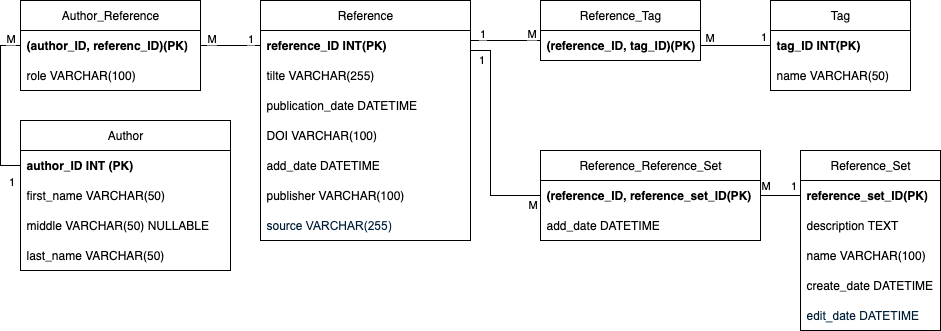
This is src/features/database/interfaces/software_engineer_db.png from IbukiiFPS/SEN-201_BibliographyManager, a draw.io export, as it was before one commit. Source tidied: cells renumbered, new cells last; positions are measured from the earlier drawing's top-left corner, leaving out a move shared by most shapes.
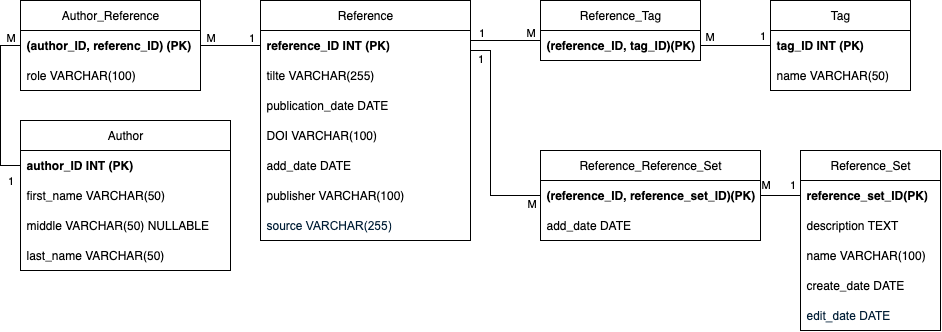
The same file after the commit.

Commit message:
start implemting datavase connector

Change to the diagram source:
```diff
@@ -5,19 +5,19 @@
     <mxCell id="2" value="Reference" style="swimlane;fontStyle=0;horizontal=1;startSize=30;whiteSpace=wrap;html=1;" parent="1" vertex="1">
       <mxGeometry x="240" width="210" height="240" as="geometry" />
     </mxCell>
-    <mxCell id="3" value="&lt;b&gt;&lt;span style=&quot;text-align: center;&quot;&gt;reference_&lt;/span&gt;ID INT(PK)&lt;/b&gt;" style="text;strokeColor=none;fillColor=none;align=left;verticalAlign=middle;spacingLeft=4;spacingRight=4;overflow=hidden;points=[[0,0.5],[1,0.5]];portConstraint=eastwest;whiteSpace=wrap;html=1;" parent="2" vertex="1">
+    <mxCell id="3" value="&lt;b&gt;&lt;span style=&quot;text-align: center;&quot;&gt;reference_&lt;/span&gt;ID INT (PK)&lt;/b&gt;" style="text;strokeColor=none;fillColor=none;align=left;verticalAlign=middle;spacingLeft=4;spacingRight=4;overflow=hidden;points=[[0,0.5],[1,0.5]];portConstraint=eastwest;whiteSpace=wrap;html=1;" parent="2" vertex="1">
       <mxGeometry y="30" width="210" height="30" as="geometry" />
     </mxCell>
     <mxCell id="4" value="&lt;div style=&quot;text-align: center;&quot;&gt;&lt;span style=&quot;color: light-dark(rgb(0, 0, 0), rgb(255, 255, 255)); background-color: transparent;&quot;&gt;tilte&amp;nbsp;&lt;/span&gt;&lt;span style=&quot;color: light-dark(rgb(0, 0, 0), rgb(255, 255, 255)); background-color: transparent; text-align: left;&quot;&gt;VARCHAR(&lt;/span&gt;&lt;span style=&quot;color: light-dark(rgb(0, 0, 0), rgb(255, 255, 255)); background-color: transparent; text-align: left;&quot; class=&quot;s1&quot;&gt;255&lt;/span&gt;&lt;span style=&quot;color: light-dark(rgb(0, 0, 0), rgb(255, 255, 255)); background-color: transparent; text-align: left;&quot;&gt;)&lt;/span&gt;&lt;/div&gt;" style="text;strokeColor=none;fillColor=none;align=left;verticalAlign=middle;spacingLeft=4;spacingRight=4;overflow=hidden;whiteSpace=wrap;html=1;" parent="2" vertex="1">
       <mxGeometry y="60" width="210" height="30" as="geometry" />
     </mxCell>
-    <mxCell id="5" value="publication_date DATETIME" style="text;strokeColor=none;fillColor=none;align=left;verticalAlign=middle;spacingLeft=4;spacingRight=4;overflow=hidden;whiteSpace=wrap;html=1;" parent="2" vertex="1">
+    <mxCell id="5" value="publication_date DATE" style="text;strokeColor=none;fillColor=none;align=left;verticalAlign=middle;spacingLeft=4;spacingRight=4;overflow=hidden;whiteSpace=wrap;html=1;" parent="2" vertex="1">
       <mxGeometry y="90" width="210" height="30" as="geometry" />
     </mxCell>
     <mxCell id="6" value="DOI VARCHAR(100)" style="text;strokeColor=none;fillColor=none;align=left;verticalAlign=middle;spacingLeft=4;spacingRight=4;overflow=hidden;whiteSpace=wrap;html=1;" parent="2" vertex="1">
       <mxGeometry y="120" width="210" height="30" as="geometry" />
     </mxCell>
-    <mxCell id="7" value="add_date DATETIME" style="text;strokeColor=none;fillColor=none;align=left;verticalAlign=middle;spacingLeft=4;spacingRight=4;overflow=hidden;whiteSpace=wrap;html=1;" parent="2" vertex="1">
+    <mxCell id="7" value="add_date DATE" style="text;strokeColor=none;fillColor=none;align=left;verticalAlign=middle;spacingLeft=4;spacingRight=4;overflow=hidden;whiteSpace=wrap;html=1;" parent="2" vertex="1">
       <mxGeometry y="150" width="210" height="30" as="geometry" />
     </mxCell>
     <mxCell id="8" value="publisher VARCHAR(100)" style="text;strokeColor=none;fillColor=none;align=left;verticalAlign=middle;spacingLeft=4;spacingRight=4;overflow=hidden;whiteSpace=wrap;html=1;" parent="2" vertex="1">
@@ -44,7 +44,7 @@
     <mxCell id="15" value="Tag" style="swimlane;fontStyle=0;horizontal=1;startSize=30;whiteSpace=wrap;html=1;" parent="1" vertex="1">
       <mxGeometry x="750" width="140" height="90" as="geometry" />
     </mxCell>
-    <mxCell id="16" value="&lt;b&gt;&lt;span style=&quot;text-align: center;&quot;&gt;tag_&lt;/span&gt;ID INT(PK)&lt;/b&gt;" style="text;strokeColor=none;fillColor=none;align=left;verticalAlign=middle;spacingLeft=4;spacingRight=4;overflow=hidden;points=[[0,0.5],[1,0.5]];portConstraint=eastwest;whiteSpace=wrap;html=1;" parent="15" vertex="1">
+    <mxCell id="16" value="&lt;b&gt;&lt;span style=&quot;text-align: center;&quot;&gt;tag_&lt;/span&gt;ID INT (PK)&lt;/b&gt;" style="text;strokeColor=none;fillColor=none;align=left;verticalAlign=middle;spacingLeft=4;spacingRight=4;overflow=hidden;points=[[0,0.5],[1,0.5]];portConstraint=eastwest;whiteSpace=wrap;html=1;" parent="15" vertex="1">
       <mxGeometry y="30" width="140" height="30" as="geometry" />
     </mxCell>
     <mxCell id="17" value="&lt;div style=&quot;text-align: center;&quot;&gt;&lt;span style=&quot;background-color: transparent; color: light-dark(rgb(0, 0, 0), rgb(255, 255, 255));&quot;&gt;name VARCHAR(50)&lt;/span&gt;&lt;/div&gt;" style="text;strokeColor=none;fillColor=none;align=left;verticalAlign=middle;spacingLeft=4;spacingRight=4;overflow=hidden;whiteSpace=wrap;html=1;" parent="15" vertex="1">
@@ -59,7 +59,7 @@
     <mxCell id="20" value="&lt;span style=&quot;text-align: left;&quot;&gt;Author_&lt;/span&gt;Reference" style="swimlane;fontStyle=0;horizontal=1;startSize=30;whiteSpace=wrap;html=1;" parent="1" vertex="1">
       <mxGeometry width="180" height="90" as="geometry" />
     </mxCell>
-    <mxCell id="21" value="&lt;b&gt;&lt;span style=&quot;text-align: center;&quot;&gt;(&lt;/span&gt;&lt;/b&gt;&lt;b style=&quot;color: light-dark(rgb(0, 0, 0), rgb(255, 255, 255)); text-align: center; background-color: transparent;&quot;&gt;author&lt;/b&gt;&lt;b&gt;&lt;span style=&quot;text-align: center;&quot;&gt;_&lt;/span&gt;ID, referenc&lt;/b&gt;&lt;b&gt;&lt;span style=&quot;text-align: center;&quot;&gt;_&lt;/span&gt;ID)(PK)&lt;/b&gt;" style="text;strokeColor=none;fillColor=none;align=left;verticalAlign=middle;spacingLeft=4;spacingRight=4;overflow=hidden;points=[[0,0.5],[1,0.5]];portConstraint=eastwest;whiteSpace=wrap;html=1;" parent="20" vertex="1">
+    <mxCell id="21" value="&lt;b&gt;&lt;span style=&quot;text-align: center;&quot;&gt;(&lt;/span&gt;&lt;/b&gt;&lt;b style=&quot;color: light-dark(rgb(0, 0, 0), rgb(255, 255, 255)); text-align: center; background-color: transparent;&quot;&gt;author&lt;/b&gt;&lt;b&gt;&lt;span style=&quot;text-align: center;&quot;&gt;_&lt;/span&gt;ID, referenc&lt;/b&gt;&lt;b&gt;&lt;span style=&quot;text-align: center;&quot;&gt;_&lt;/span&gt;ID) (PK)&lt;/b&gt;" style="text;strokeColor=none;fillColor=none;align=left;verticalAlign=middle;spacingLeft=4;spacingRight=4;overflow=hidden;points=[[0,0.5],[1,0.5]];portConstraint=eastwest;whiteSpace=wrap;html=1;" parent="20" vertex="1">
       <mxGeometry y="30" width="180" height="30" as="geometry" />
     </mxCell>
     <mxCell id="22" value="role VARCHAR(100)" style="text;strokeColor=none;fillColor=none;align=left;verticalAlign=middle;spacingLeft=4;spacingRight=4;overflow=hidden;whiteSpace=wrap;html=1;" parent="20" vertex="1">
@@ -77,19 +77,19 @@
     <mxCell id="26" value="&lt;div style=&quot;text-align: center;&quot;&gt;&lt;span style=&quot;background-color: transparent; color: light-dark(rgb(0, 0, 0), rgb(255, 255, 255));&quot;&gt;name VARCHAR(100)&lt;/span&gt;&lt;/div&gt;" style="text;strokeColor=none;fillColor=none;align=left;verticalAlign=middle;spacingLeft=4;spacingRight=4;overflow=hidden;whiteSpace=wrap;html=1;" parent="23" vertex="1">
       <mxGeometry y="90" width="140" height="30" as="geometry" />
     </mxCell>
-    <mxCell id="27" value="create_date DATETIME" style="text;strokeColor=none;fillColor=none;align=left;verticalAlign=middle;spacingLeft=4;spacingRight=4;overflow=hidden;whiteSpace=wrap;html=1;" parent="23" vertex="1">
+    <mxCell id="27" value="create_date DATE" style="text;strokeColor=none;fillColor=none;align=left;verticalAlign=middle;spacingLeft=4;spacingRight=4;overflow=hidden;whiteSpace=wrap;html=1;" parent="23" vertex="1">
       <mxGeometry y="120" width="140" height="30" as="geometry" />
     </mxCell>
-    <mxCell id="28" value="&lt;span style=&quot;color: rgb(0, 29, 53); font-family: &amp;quot;Google Sans&amp;quot;, Arial, sans-serif; background-color: rgb(255, 255, 255);&quot;&gt;&lt;font&gt;edit_date DATETIME&lt;/font&gt;&lt;/span&gt;" style="text;strokeColor=none;fillColor=none;align=left;verticalAlign=middle;spacingLeft=4;spacingRight=4;overflow=hidden;whiteSpace=wrap;html=1;" parent="23" vertex="1">
+    <mxCell id="28" value="&lt;span style=&quot;color: rgb(0, 29, 53); font-family: &amp;quot;Google Sans&amp;quot;, Arial, sans-serif; background-color: rgb(255, 255, 255);&quot;&gt;&lt;font&gt;edit_date DATE&lt;/font&gt;&lt;/span&gt;" style="text;strokeColor=none;fillColor=none;align=left;verticalAlign=middle;spacingLeft=4;spacingRight=4;overflow=hidden;whiteSpace=wrap;html=1;" parent="23" vertex="1">
       <mxGeometry y="150" width="140" height="30" as="geometry" />
     </mxCell>
     <mxCell id="29" value="Reference_Reference_Set" style="swimlane;fontStyle=0;horizontal=1;startSize=30;whiteSpace=wrap;html=1;" parent="1" vertex="1">
       <mxGeometry x="520" y="150" width="220" height="90" as="geometry" />
     </mxCell>
-    <mxCell id="30" value="&lt;b&gt;&lt;span style=&quot;text-align: center;&quot;&gt;(&lt;/span&gt;&lt;/b&gt;&lt;b&gt;&lt;span style=&quot;text-align: center;&quot;&gt;reference_ID,&amp;nbsp;&lt;/span&gt;&lt;/b&gt;&lt;b&gt;&lt;span style=&quot;text-align: center;&quot;&gt;reference_set_&lt;/span&gt;ID(PK)&lt;/b&gt;" style="text;strokeColor=none;fillColor=none;align=left;verticalAlign=middle;spacingLeft=4;spacingRight=4;overflow=hidden;points=[[0,0.5],[1,0.5]];portConstraint=eastwest;whiteSpace=wrap;html=1;" parent="29" vertex="1">
+    <mxCell id="30" value="&lt;b&gt;&lt;span style=&quot;text-align: center;&quot;&gt;(&lt;/span&gt;&lt;/b&gt;&lt;b&gt;&lt;span style=&quot;text-align: center;&quot;&gt;reference_ID,&amp;nbsp;&lt;/span&gt;&lt;/b&gt;&lt;b&gt;&lt;span style=&quot;text-align: center;&quot;&gt;reference_set_&lt;/span&gt;ID)(PK)&lt;/b&gt;" style="text;strokeColor=none;fillColor=none;align=left;verticalAlign=middle;spacingLeft=4;spacingRight=4;overflow=hidden;points=[[0,0.5],[1,0.5]];portConstraint=eastwest;whiteSpace=wrap;html=1;" parent="29" vertex="1">
       <mxGeometry y="30" width="220" height="30" as="geometry" />
     </mxCell>
-    <mxCell id="31" value="&lt;div style=&quot;text-align: center;&quot;&gt;&lt;span style=&quot;background-color: transparent; color: light-dark(rgb(0, 0, 0), rgb(255, 255, 255));&quot;&gt;add_date DATETIME&lt;/span&gt;&lt;/div&gt;" style="text;strokeColor=none;fillColor=none;align=left;verticalAlign=middle;spacingLeft=4;spacingRight=4;overflow=hidden;whiteSpace=wrap;html=1;" parent="29" vertex="1">
+    <mxCell id="31" value="&lt;div style=&quot;text-align: center;&quot;&gt;&lt;span style=&quot;background-color: transparent; color: light-dark(rgb(0, 0, 0), rgb(255, 255, 255));&quot;&gt;add_date DATE&lt;/span&gt;&lt;/div&gt;" style="text;strokeColor=none;fillColor=none;align=left;verticalAlign=middle;spacingLeft=4;spacingRight=4;overflow=hidden;whiteSpace=wrap;html=1;" parent="29" vertex="1">
       <mxGeometry y="60" width="220" height="30" as="geometry" />
     </mxCell>
     <mxCell id="32" style="edgeStyle=orthogonalEdgeStyle;rounded=0;jettySize=auto;html=1;exitX=0;exitY=0.5;exitDx=0;exitDy=0;entryX=0;entryY=0.5;entryDx=0;entryDy=0;endArrow=none;endFill=0;" parent="1" edge="1" source="11" target="21">
```
